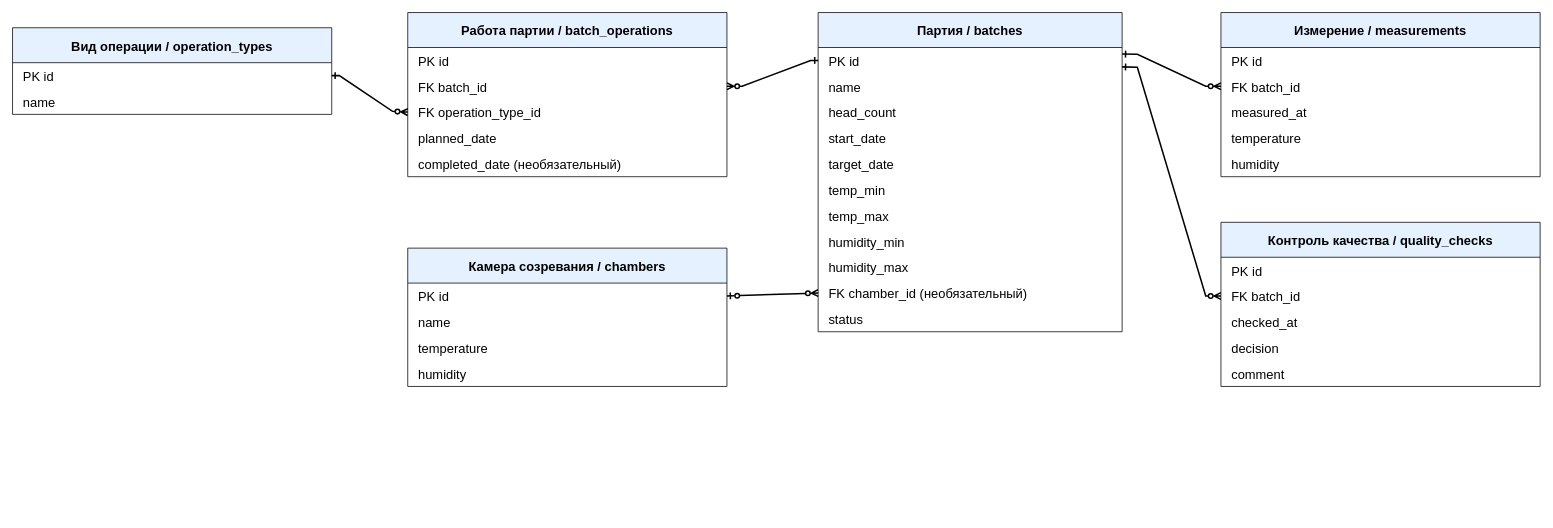
Earlier version of the draw.io diagram models/er_logical.drawio (Deimos48/Education-Practice). Source tidied: cells renumbered, new cells numbered last; positions are measured from the earlier drawing's top-left corner, leaving out a move shared by most shapes. Both pictures are drawn from the tidied source at 76%, with x=0, y=0 at pixel (12, 12).
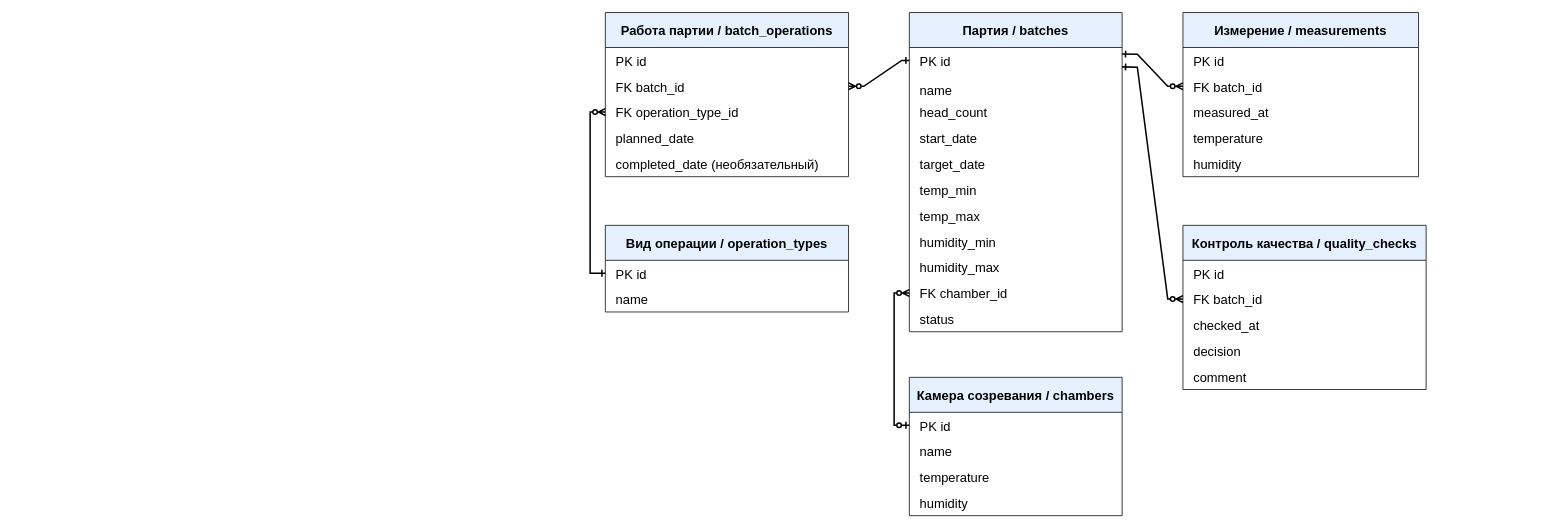
The same page after the edit.

Commit message (it also covers changes not shown here):
Составлен отчёт для промежуточного этапа КТ2. Так же были внесены исправления некоторых диаграмм

The edit, as a diff of the source:
```diff
@@
     <mxCell id="2" value="Камера созревания / chambers" style="swimlane;html=0;startSize=46;horizontal=1;fillColor=#E5F1FF;fontSize=17;rounded=0;" parent="1" vertex="1">
-      <mxGeometry x="520" y="310" width="420" height="182" as="geometry" />
+      <mxGeometry x="1180" y="480" width="280" height="182" as="geometry" />
     </mxCell>
     <mxCell id="3" value="PK id" style="text;html=0;align=left;verticalAlign=middle;spacingLeft=12;fontSize=17;strokeColor=none;fillColor=none;" parent="2" vertex="1">
-      <mxGeometry y="46" width="420" height="34" as="geometry" />
+      <mxGeometry y="46" width="280" height="34" as="geometry" />
     </mxCell>
     <mxCell id="4" value="name" style="text;html=0;align=left;verticalAlign=middle;spacingLeft=12;fontSize=17;strokeColor=none;fillColor=none;" parent="2" vertex="1">
-      <mxGeometry y="80" width="420" height="34" as="geometry" />
+      <mxGeometry y="80" width="280" height="34" as="geometry" />
     </mxCell>
     <mxCell id="5" value="temperature" style="text;html=0;align=left;verticalAlign=middle;spacingLeft=12;fontSize=17;strokeColor=none;fillColor=none;" parent="2" vertex="1">
-      <mxGeometry y="114" width="420" height="34" as="geometry" />
+      <mxGeometry y="114" width="280" height="34" as="geometry" />
     </mxCell>
     <mxCell id="6" value="humidity" style="text;html=0;align=left;verticalAlign=middle;spacingLeft=12;fontSize=17;strokeColor=none;fillColor=none;" parent="2" vertex="1">
-      <mxGeometry y="148" width="420" height="34" as="geometry" />
+      <mxGeometry y="148" width="280" height="34" as="geometry" />
     </mxCell>
     <mxCell id="7" value="Партия / batches" style="swimlane;html=0;startSize=46;horizontal=1;fillColor=#E5F1FF;fontSize=17;rounded=0;" parent="1" vertex="1">
-      <mxGeometry x="1060" width="400" height="420" as="geometry" />
+      <mxGeometry x="1180" width="280" height="420" as="geometry" />
     </mxCell>
     <mxCell id="8" value="PK id" style="text;html=0;align=left;verticalAlign=middle;spacingLeft=12;fontSize=17;strokeColor=none;fillColor=none;" parent="7" vertex="1">
-      <mxGeometry y="46" width="400" height="34" as="geometry" />
+      <mxGeometry y="46" width="280" height="34" as="geometry" />
     </mxCell>
     <mxCell id="9" value="name" style="text;html=0;align=left;verticalAlign=middle;spacingLeft=12;fontSize=17;strokeColor=none;fillColor=none;" parent="7" vertex="1">
-      <mxGeometry y="80" width="400" height="34" as="geometry" />
+      <mxGeometry y="90" width="280" height="24" as="geometry" />
     </mxCell>
     <mxCell id="10" value="head_count" style="text;html=0;align=left;verticalAlign=middle;spacingLeft=12;fontSize=17;strokeColor=none;fillColor=none;" parent="7" vertex="1">
-      <mxGeometry y="114" width="400" height="34" as="geometry" />
+      <mxGeometry y="114" width="280" height="34" as="geometry" />
     </mxCell>
     <mxCell id="11" value="start_date" style="text;html=0;align=left;verticalAlign=middle;spacingLeft=12;fontSize=17;strokeColor=none;fillColor=none;" parent="7" vertex="1">
-      <mxGeometry y="148" width="400" height="34" as="geometry" />
+      <mxGeometry y="148" width="280" height="34" as="geometry" />
     </mxCell>
     <mxCell id="12" value="target_date" style="text;html=0;align=left;verticalAlign=middle;spacingLeft=12;fontSize=17;strokeColor=none;fillColor=none;" parent="7" vertex="1">
-      <mxGeometry y="182" width="400" height="34" as="geometry" />
+      <mxGeometry y="182" width="280" height="34" as="geometry" />
     </mxCell>
     <mxCell id="13" value="temp_min" style="text;html=0;align=left;verticalAlign=middle;spacingLeft=12;fontSize=17;strokeColor=none;fillColor=none;" parent="7" vertex="1">
-      <mxGeometry y="216" width="400" height="34" as="geometry" />
+      <mxGeometry y="216" width="280" height="34" as="geometry" />
     </mxCell>
     <mxCell id="14" value="temp_max" style="text;html=0;align=left;verticalAlign=middle;spacingLeft=12;fontSize=17;strokeColor=none;fillColor=none;" parent="7" vertex="1">
-      <mxGeometry y="250" width="400" height="34" as="geometry" />
+      <mxGeometry y="250" width="280" height="34" as="geometry" />
     </mxCell>
     <mxCell id="15" value="humidity_min" style="text;html=0;align=left;verticalAlign=middle;spacingLeft=12;fontSize=17;strokeColor=none;fillColor=none;" parent="7" vertex="1">
-      <mxGeometry y="284" width="400" height="34" as="geometry" />
+      <mxGeometry y="284" width="280" height="34" as="geometry" />
     </mxCell>
     <mxCell id="16" value="humidity_max" style="text;html=0;align=left;verticalAlign=middle;spacingLeft=12;fontSize=17;strokeColor=none;fillColor=none;" parent="7" vertex="1">
-      <mxGeometry y="318" width="400" height="34" as="geometry" />
+      <mxGeometry y="318" width="280" height="34" as="geometry" />
     </mxCell>
-    <mxCell id="17" value="FK chamber_id (необязательный)" style="text;html=0;align=left;verticalAlign=middle;spacingLeft=12;fontSize=17;strokeColor=none;fillColor=none;" parent="7" vertex="1">
-      <mxGeometry y="352" width="400" height="34" as="geometry" />
+    <mxCell id="17" value="FK chamber_id " style="text;html=0;align=left;verticalAlign=middle;spacingLeft=12;fontSize=17;strokeColor=none;fillColor=none;" parent="7" vertex="1">
+      <mxGeometry y="352" width="280" height="34" as="geometry" />
     </mxCell>
     <mxCell id="18" value="status" style="text;html=0;align=left;verticalAlign=middle;spacingLeft=12;fontSize=17;strokeColor=none;fillColor=none;" parent="7" vertex="1">
-      <mxGeometry y="386" width="400" height="34" as="geometry" />
+      <mxGeometry y="386" width="280" height="34" as="geometry" />
     </mxCell>
     <mxCell id="19" value="Контроль качества / quality_checks" style="swimlane;html=0;startSize=46;horizontal=1;fillColor=#E5F1FF;fontSize=17;rounded=0;" parent="1" vertex="1">
-      <mxGeometry x="1590" y="276" width="420" height="216" as="geometry" />
+      <mxGeometry x="1540" y="280" width="320" height="216" as="geometry" />
     </mxCell>
     <mxCell id="20" value="PK id" style="text;html=0;align=left;verticalAlign=middle;spacingLeft=12;fontSize=17;strokeColor=none;fillColor=none;" parent="19" vertex="1">
-      <mxGeometry y="46" width="420" height="34" as="geometry" />
+      <mxGeometry y="46" width="320" height="34" as="geometry" />
     </mxCell>
     <mxCell id="21" value="FK batch_id" style="text;html=0;align=left;verticalAlign=middle;spacingLeft=12;fontSize=17;strokeColor=none;fillColor=none;" parent="19" vertex="1">
-      <mxGeometry y="80" width="420" height="34" as="geometry" />
+      <mxGeometry y="80" width="320" height="34" as="geometry" />
     </mxCell>
     <mxCell id="22" value="checked_at" style="text;html=0;align=left;verticalAlign=middle;spacingLeft=12;fontSize=17;strokeColor=none;fillColor=none;" parent="19" vertex="1">
-      <mxGeometry y="114" width="420" height="34" as="geometry" />
+      <mxGeometry y="114" width="320" height="34" as="geometry" />
     </mxCell>
     <mxCell id="23" value="decision" style="text;html=0;align=left;verticalAlign=middle;spacingLeft=12;fontSize=17;strokeColor=none;fillColor=none;" parent="19" vertex="1">
-      <mxGeometry y="148" width="420" height="34" as="geometry" />
+      <mxGeometry y="148" width="320" height="34" as="geometry" />
     </mxCell>
     <mxCell id="24" value="comment" style="text;html=0;align=left;verticalAlign=middle;spacingLeft=12;fontSize=17;strokeColor=none;fillColor=none;" parent="19" vertex="1">
-      <mxGeometry y="182" width="420" height="34" as="geometry" />
+      <mxGeometry y="182" width="320" height="34" as="geometry" />
     </mxCell>
     <mxCell id="25" value="Вид операции / operation_types" style="swimlane;html=0;startSize=46;horizontal=1;fillColor=#E5F1FF;fontSize=17;rounded=0;" parent="1" vertex="1">
-      <mxGeometry y="20" width="420" height="114" as="geometry" />
+      <mxGeometry x="780" y="280" width="320" height="114" as="geometry" />
     </mxCell>
     <mxCell id="26" value="PK id" style="text;html=0;align=left;verticalAlign=middle;spacingLeft=12;fontSize=17;strokeColor=none;fillColor=none;" parent="25" vertex="1">
-      <mxGeometry y="46" width="420" height="34" as="geometry" />
+      <mxGeometry y="46" width="320" height="34" as="geometry" />
     </mxCell>
     <mxCell id="27" value="name" style="text;html=0;align=left;verticalAlign=middle;spacingLeft=12;fontSize=17;strokeColor=none;fillColor=none;" parent="25" vertex="1">
-      <mxGeometry y="80" width="420" height="34" as="geometry" />
+      <mxGeometry y="80" width="320" height="34" as="geometry" />
     </mxCell>
     <mxCell id="28" value="Работа партии / batch_operations" style="swimlane;html=0;startSize=46;horizontal=1;fillColor=#E5F1FF;fontSize=17;rounded=0;" parent="1" vertex="1">
-      <mxGeometry x="520" width="420" height="216" as="geometry" />
+      <mxGeometry x="780" width="320" height="216" as="geometry" />
     </mxCell>
     <mxCell id="29" value="PK id" style="text;html=0;align=left;verticalAlign=middle;spacingLeft=12;fontSize=17;strokeColor=none;fillColor=none;" parent="28" vertex="1">
-      <mxGeometry y="46" width="420" height="34" as="geometry" />
+      <mxGeometry y="46" width="320" height="34" as="geometry" />
     </mxCell>
     <mxCell id="30" value="FK batch_id" style="text;html=0;align=left;verticalAlign=middle;spacingLeft=12;fontSize=17;strokeColor=none;fillColor=none;" parent="28" vertex="1">
-      <mxGeometry y="80" width="420" height="34" as="geometry" />
+      <mxGeometry y="80" width="320" height="34" as="geometry" />
     </mxCell>
     <mxCell id="31" value="FK operation_type_id" style="text;html=0;align=left;verticalAlign=middle;spacingLeft=12;fontSize=17;strokeColor=none;fillColor=none;" parent="28" vertex="1">
-      <mxGeometry y="114" width="420" height="34" as="geometry" />
+      <mxGeometry y="114" width="320" height="34" as="geometry" />
     </mxCell>
     <mxCell id="32" value="planned_date" style="text;html=0;align=left;verticalAlign=middle;spacingLeft=12;fontSize=17;strokeColor=none;fillColor=none;" parent="28" vertex="1">
-      <mxGeometry y="148" width="420" height="34" as="geometry" />
+      <mxGeometry y="148" width="320" height="34" as="geometry" />
     </mxCell>
     <mxCell id="33" value="completed_date (необязательный)" style="text;html=0;align=left;verticalAlign=middle;spacingLeft=12;fontSize=17;strokeColor=none;fillColor=none;" parent="28" vertex="1">
-      <mxGeometry y="182" width="420" height="34" as="geometry" />
+      <mxGeometry y="182" width="320" height="34" as="geometry" />
     </mxCell>
     <mxCell id="34" value="Измерение / measurements" style="swimlane;html=0;startSize=46;horizontal=1;fillColor=#E5F1FF;fontSize=17;rounded=0;" parent="1" vertex="1">
-      <mxGeometry x="1590" width="420" height="216" as="geometry" />
+      <mxGeometry x="1540" width="310" height="216" as="geometry" />
     </mxCell>
     <mxCell id="35" value="PK id" style="text;html=0;align=left;verticalAlign=middle;spacingLeft=12;fontSize=17;strokeColor=none;fillColor=none;" parent="34" vertex="1">
-      <mxGeometry y="46" width="420" height="34" as="geometry" />
+      <mxGeometry y="46" width="310" height="34" as="geometry" />
     </mxCell>
     <mxCell id="36" value="FK batch_id" style="text;html=0;align=left;verticalAlign=middle;spacingLeft=12;fontSize=17;strokeColor=none;fillColor=none;" parent="34" vertex="1">
-      <mxGeometry y="80" width="420" height="34" as="geometry" />
+      <mxGeometry y="80" width="310" height="34" as="geometry" />
     </mxCell>
     <mxCell id="37" value="measured_at" style="text;html=0;align=left;verticalAlign=middle;spacingLeft=12;fontSize=17;strokeColor=none;fillColor=none;" parent="34" vertex="1">
-      <mxGeometry y="114" width="420" height="34" as="geometry" />
+      <mxGeometry y="114" width="310" height="34" as="geometry" />
     </mxCell>
     <mxCell id="38" value="temperature" style="text;html=0;align=left;verticalAlign=middle;spacingLeft=12;fontSize=17;strokeColor=none;fillColor=none;" parent="34" vertex="1">
-      <mxGeometry y="148" width="420" height="34" as="geometry" />
+      <mxGeometry y="148" width="310" height="34" as="geometry" />
     </mxCell>
     <mxCell id="39" value="humidity" style="text;html=0;align=left;verticalAlign=middle;spacingLeft=12;fontSize=17;strokeColor=none;fillColor=none;" parent="34" vertex="1">
-      <mxGeometry y="182" width="420" height="34" as="geometry" />
+      <mxGeometry y="182" width="310" height="34" as="geometry" />
     </mxCell>
-    <mxCell id="40" style="html=0;rounded=0;strokeWidth=2;startArrow=ERzeroToOne;startFill=0;endArrow=ERzeroToMany;endFill=0;exitX=1;exitY=0.5;exitDx=0;exitDy=0;entryX=0;entryY=0.5;entryDx=0;entryDy=0;" parent="1" edge="1" source="3" target="17">
-      <mxGeometry relative="1" as="geometry" />
+    <mxCell id="40" style="html=0;rounded=0;strokeWidth=2;startArrow=ERzeroToOne;startFill=0;endArrow=ERzeroToMany;endFill=0;exitX=0;exitY=0.5;exitDx=0;exitDy=0;entryX=0;entryY=0.5;entryDx=0;entryDy=0;" parent="1" edge="1" source="3" target="17">
+      <mxGeometry relative="1" as="geometry">
+        <Array as="points">
+          <mxPoint x="1160" y="543" />
+          <mxPoint x="1160" y="369" />
+        </Array>
+      </mxGeometry>
     </mxCell>
     <mxCell id="41" style="html=0;rounded=0;strokeWidth=2;startArrow=ERone;startFill=0;endArrow=ERzeroToMany;endFill=0;exitX=1;exitY=0.75;exitDx=0;exitDy=0;entryX=0;entryY=0.5;entryDx=0;entryDy=0;" parent="1" edge="1" source="8" target="21">
       <mxGeometry relative="1" as="geometry">
         <Array as="points">
           <mxPoint x="1480" y="72" />
-          <mxPoint x="1570" y="373" />
+          <mxPoint x="1520" y="377" />
         </Array>
       </mxGeometry>
     </mxCell>
     <mxCell id="42" style="html=0;rounded=0;strokeWidth=2;startArrow=ERone;startFill=0;endArrow=ERzeroToMany;endFill=0;exitX=0;exitY=0.5;exitDx=0;exitDy=0;entryX=1;entryY=0.5;entryDx=0;entryDy=0;" parent="1" edge="1" source="8" target="30">
       <mxGeometry relative="1" as="geometry">
         <Array as="points">
-          <mxPoint x="1050" y="63" />
-          <mxPoint x="960" y="97" />
+          <mxPoint x="1170" y="63" />
+          <mxPoint x="1120" y="97" />
         </Array>
       </mxGeometry>
     </mxCell>
-    <mxCell id="43" style="html=0;rounded=0;strokeWidth=2;startArrow=ERone;startFill=0;endArrow=ERzeroToMany;endFill=0;exitX=1;exitY=0.5;exitDx=0;exitDy=0;entryX=0;entryY=0.5;entryDx=0;entryDy=0;" parent="1" edge="1" source="26" target="31">
+    <mxCell id="43" style="html=0;rounded=0;strokeWidth=2;startArrow=ERone;startFill=0;endArrow=ERzeroToMany;endFill=0;exitX=0;exitY=0.5;exitDx=0;exitDy=0;entryX=0;entryY=0.5;entryDx=0;entryDy=0;" parent="1" edge="1" source="26" target="31">
       <mxGeometry relative="1" as="geometry">
         <Array as="points">
-          <mxPoint x="430" y="83" />
-          <mxPoint x="500" y="130" />
+          <mxPoint x="760" y="343" />
+          <mxPoint x="760" y="131" />
         </Array>
       </mxGeometry>
     </mxCell>
     <mxCell id="44" style="html=0;rounded=0;strokeWidth=2;startArrow=ERone;startFill=0;endArrow=ERzeroToMany;endFill=0;entryX=0;entryY=0.5;entryDx=0;entryDy=0;exitX=1;exitY=0.25;exitDx=0;exitDy=0;" parent="1" edge="1" source="8" target="36">
       <mxGeometry relative="1" as="geometry">
         <Array as="points">
           <mxPoint x="1480" y="55" />
-          <mxPoint x="1570" y="97" />
+          <mxPoint x="1520" y="97" />
         </Array>
       </mxGeometry>
     </mxCell>
```
